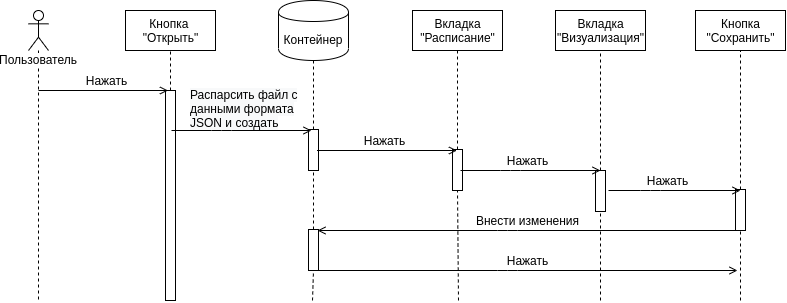
valeriefuerte/ScheduleMultipartiteGraph keeps this draw.io diagram as docs/sequence_diagram_1.png. Above is the earlier version. Source tidied: cells renumbered, new cells last; positions are measured from the earlier drawing's top-left corner, leaving out a move shared by most shapes. The source it was exported from:
```xml
<mxGraphModel background="#ffffff">
  <root>
    <mxCell id="0" />
    <mxCell id="1" parent="0" />
    <mxCell id="2" value="Пользователь" style="shape=umlLifeline;participant=umlActor;perimeter=lifelinePerimeter;whiteSpace=wrap;html=1;verticalAlign=top;spacingTop=36;labelBackgroundColor=#ffffff;size=40;" parent="1" vertex="1">
      <mxGeometry y="10" width="20" height="290" as="geometry" />
    </mxCell>
    <mxCell id="3" value="Кнопка &lt;br&gt;&quot;Открыть&quot;" style="html=1;" parent="1" vertex="1">
      <mxGeometry x="97" y="10" width="90" height="40" as="geometry" />
    </mxCell>
    <mxCell id="4" style="endArrow=none;dashed=1;html=1;entryX=0.5;entryY=1;entryDx=0;entryDy=0;" parent="1" edge="1" source="19" target="3">
      <mxGeometry relative="1" as="geometry" />
    </mxCell>
    <mxCell id="5" style="endArrow=none;dashed=1;html=1;entryX=0.5;entryY=1;entryDx=0;entryDy=0;" parent="1" edge="1" source="23" target="6">
      <mxGeometry relative="1" as="geometry" />
    </mxCell>
    <mxCell id="6" value="Контейнер" style="shape=cylinder;whiteSpace=wrap;html=1;boundedLbl=1;backgroundOutline=1;" parent="1" vertex="1">
      <mxGeometry x="250" width="70" height="60" as="geometry" />
    </mxCell>
    <mxCell id="7" value="Нажать" style="text;html=1;align=center;verticalAlign=middle;" parent="1" vertex="1">
      <mxGeometry x="48" y="70" width="60" height="20" as="geometry" />
    </mxCell>
    <mxCell id="8" value="Кнопка&lt;br&gt;&quot;Сохранить&quot;" style="html=1;" parent="1" vertex="1">
      <mxGeometry x="667" y="10" width="90" height="40" as="geometry" />
    </mxCell>
    <mxCell id="9" value="Вкладка&lt;br&gt;&quot;Расписание&quot;" style="html=1;" parent="1" vertex="1">
      <mxGeometry x="384" y="10" width="90" height="40" as="geometry" />
    </mxCell>
    <mxCell id="10" value="Вкладка&lt;br&gt;&quot;Визуализация&quot;" style="html=1;" parent="1" vertex="1">
      <mxGeometry x="527" y="10" width="90" height="40" as="geometry" />
    </mxCell>
    <mxCell id="11" style="endArrow=none;dashed=1;html=1;entryX=0.5;entryY=1;entryDx=0;entryDy=0;" parent="1" edge="1" source="33" target="8">
      <mxGeometry relative="1" as="geometry" />
    </mxCell>
    <mxCell id="12" style="endArrow=none;dashed=1;html=1;entryX=0.5;entryY=1;entryDx=0;entryDy=0;" parent="1" edge="1" source="25" target="9">
      <mxGeometry relative="1" as="geometry" />
    </mxCell>
    <mxCell id="13" style="endArrow=none;dashed=1;html=1;entryX=0.5;entryY=1;entryDx=0;entryDy=0;" parent="1" edge="1" source="27" target="10">
      <mxGeometry relative="1" as="geometry" />
    </mxCell>
    <mxCell id="14" value="&lt;span style=&quot;color: rgb(0 , 0 , 0) ; font-style: normal ; font-weight: 400 ; letter-spacing: normal ; text-align: center ; text-indent: 0px ; text-transform: none ; word-spacing: 0px ; font-family: &amp;#34;helvetica&amp;#34; ; font-size: 12px ; background-color: rgb(248 , 249 , 250) ; float: none ; display: inline&quot;&gt;Распарсить файл c данными&amp;nbsp;&lt;/span&gt;&lt;span style=&quot;color: rgb(0 , 0 , 0) ; font-style: normal ; font-weight: 400 ; letter-spacing: normal ; text-align: center ; text-indent: 0px ; text-transform: none ; word-spacing: 0px ; font-family: &amp;#34;helvetica&amp;#34; ; font-size: 12px ; background-color: rgb(248 , 249 , 250) ; float: none ; display: inline&quot;&gt;формата JSON и создать&lt;/span&gt;" style="text;whiteSpace=wrap;html=1;" parent="1" vertex="1">
      <mxGeometry x="160" y="81" width="120" height="40" as="geometry" />
    </mxCell>
    <mxCell id="15" value="Нажать" style="text;html=1;align=center;verticalAlign=middle;" parent="1" vertex="1">
      <mxGeometry x="325.5" y="130" width="60" height="20" as="geometry" />
    </mxCell>
    <mxCell id="16" value="Внести изменения" style="text;html=1;align=center;verticalAlign=middle;" parent="1" vertex="1">
      <mxGeometry x="439" y="210" width="120" height="20" as="geometry" />
    </mxCell>
    <mxCell id="17" value="Нажать" style="text;html=1;align=center;verticalAlign=middle;" parent="1" vertex="1">
      <mxGeometry x="469" y="150" width="60" height="20" as="geometry" />
    </mxCell>
    <mxCell id="18" value="Нажать" style="text;html=1;align=center;verticalAlign=middle;" parent="1" vertex="1">
      <mxGeometry x="609" y="170" width="60" height="20" as="geometry" />
    </mxCell>
    <mxCell id="19" style="rounded=0;whiteSpace=wrap;html=1;" parent="1" vertex="1">
      <mxGeometry x="137" y="90" width="10" height="210" as="geometry" />
    </mxCell>
    <mxCell id="20" style="endArrow=none;dashed=1;html=1;entryX=0.5;entryY=1;entryDx=0;entryDy=0;" parent="1" edge="1" target="19">
      <mxGeometry relative="1" as="geometry">
        <mxPoint x="142" y="300" as="sourcePoint" />
      </mxGeometry>
    </mxCell>
    <mxCell id="21" value="Нажать" style="text;html=1;align=center;verticalAlign=middle;" parent="1" vertex="1">
      <mxGeometry x="469" y="250" width="60" height="20" as="geometry" />
    </mxCell>
    <mxCell id="22" style="endArrow=open;html=1;endFill=0;" parent="1" edge="1">
      <mxGeometry relative="1" as="geometry">
        <mxPoint x="289" y="270" as="sourcePoint" />
        <mxPoint x="709" y="270" as="targetPoint" />
        <Array as="points">
          <mxPoint x="479" y="270" />
        </Array>
      </mxGeometry>
    </mxCell>
    <mxCell id="23" style="rounded=0;whiteSpace=wrap;html=1;" parent="1" vertex="1">
      <mxGeometry x="280" y="129" width="10" height="41" as="geometry" />
    </mxCell>
    <mxCell id="24" style="endArrow=none;dashed=1;html=1;entryX=0.5;entryY=1;entryDx=0;entryDy=0;" parent="1" edge="1" source="36" target="23">
      <mxGeometry relative="1" as="geometry" />
    </mxCell>
    <mxCell id="25" style="rounded=0;whiteSpace=wrap;html=1;" parent="1" vertex="1">
      <mxGeometry x="424" y="149" width="10" height="41" as="geometry" />
    </mxCell>
    <mxCell id="26" style="endArrow=none;dashed=1;html=1;entryX=0.5;entryY=1;entryDx=0;entryDy=0;" parent="1" edge="1" target="25">
      <mxGeometry relative="1" as="geometry">
        <mxPoint x="430" y="300" as="sourcePoint" />
      </mxGeometry>
    </mxCell>
    <mxCell id="27" style="rounded=0;whiteSpace=wrap;html=1;" parent="1" vertex="1">
      <mxGeometry x="567" y="170" width="10" height="41" as="geometry" />
    </mxCell>
    <mxCell id="28" style="endArrow=none;dashed=1;html=1;entryX=0.5;entryY=1;entryDx=0;entryDy=0;" parent="1" edge="1" target="27">
      <mxGeometry relative="1" as="geometry">
        <mxPoint x="572" y="300" as="sourcePoint" />
      </mxGeometry>
    </mxCell>
    <mxCell id="29" style="endArrow=open;html=1;endFill=0;" parent="1" edge="1">
      <mxGeometry relative="1" as="geometry">
        <mxPoint x="143" y="130" as="sourcePoint" />
        <mxPoint x="283" y="130" as="targetPoint" />
        <Array as="points">
          <mxPoint x="193" y="130" />
        </Array>
      </mxGeometry>
    </mxCell>
    <mxCell id="30" style="endArrow=open;html=1;endFill=0;" parent="1" edge="1">
      <mxGeometry relative="1" as="geometry">
        <mxPoint x="10" y="90" as="sourcePoint" />
        <mxPoint x="139.5" y="90" as="targetPoint" />
      </mxGeometry>
    </mxCell>
    <mxCell id="31" style="endArrow=open;html=1;endFill=0;" parent="1" edge="1">
      <mxGeometry relative="1" as="geometry">
        <mxPoint x="288.5" y="150" as="sourcePoint" />
        <mxPoint x="428.5" y="150" as="targetPoint" />
        <Array as="points">
          <mxPoint x="338.5" y="150" />
        </Array>
      </mxGeometry>
    </mxCell>
    <mxCell id="32" style="endArrow=open;html=1;endFill=0;" parent="1" edge="1">
      <mxGeometry relative="1" as="geometry">
        <mxPoint x="432" y="170" as="sourcePoint" />
        <mxPoint x="572" y="170" as="targetPoint" />
        <Array as="points">
          <mxPoint x="482" y="170" />
        </Array>
      </mxGeometry>
    </mxCell>
    <mxCell id="33" style="rounded=0;whiteSpace=wrap;html=1;" parent="1" vertex="1">
      <mxGeometry x="707" y="189" width="10" height="41" as="geometry" />
    </mxCell>
    <mxCell id="34" style="endArrow=none;dashed=1;html=1;entryX=0.5;entryY=1;entryDx=0;entryDy=0;" parent="1" edge="1" target="33">
      <mxGeometry relative="1" as="geometry">
        <mxPoint x="712" y="300" as="sourcePoint" />
      </mxGeometry>
    </mxCell>
    <mxCell id="35" style="endArrow=open;html=1;endFill=0;" parent="1" edge="1">
      <mxGeometry relative="1" as="geometry">
        <mxPoint x="580" y="190" as="sourcePoint" />
        <mxPoint x="712" y="190" as="targetPoint" />
        <Array as="points">
          <mxPoint x="622" y="190" />
        </Array>
      </mxGeometry>
    </mxCell>
    <mxCell id="36" style="rounded=0;whiteSpace=wrap;html=1;" parent="1" vertex="1">
      <mxGeometry x="280" y="229" width="10" height="41" as="geometry" />
    </mxCell>
    <mxCell id="37" style="endArrow=none;dashed=1;html=1;entryX=0.5;entryY=1;entryDx=0;entryDy=0;" parent="1" edge="1" target="36">
      <mxGeometry relative="1" as="geometry">
        <mxPoint x="284" y="300" as="sourcePoint" />
      </mxGeometry>
    </mxCell>
    <mxCell id="38" style="endArrow=open;html=1;endFill=0;" parent="1" edge="1">
      <mxGeometry relative="1" as="geometry">
        <mxPoint x="709" y="230" as="sourcePoint" />
        <mxPoint x="289" y="230" as="targetPoint" />
        <Array as="points">
          <mxPoint x="479" y="230" />
        </Array>
      </mxGeometry>
    </mxCell>
  </root>
</mxGraphModel>
```
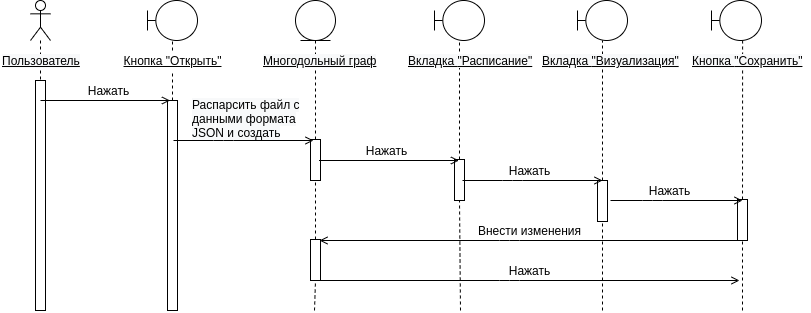
The same file after the commit.

The edit, as a diff of the source:
```diff
@@ -2,40 +2,28 @@
   <root>
     <mxCell id="0" />
     <mxCell id="1" parent="0" />
-    <mxCell id="2" value="Пользователь" style="shape=umlLifeline;participant=umlActor;perimeter=lifelinePerimeter;whiteSpace=wrap;html=1;verticalAlign=top;spacingTop=36;labelBackgroundColor=#ffffff;size=40;" parent="1" vertex="1">
-      <mxGeometry y="10" width="20" height="290" as="geometry" />
+    <mxCell id="2" value="&lt;u&gt;&lt;br&gt;&lt;br&gt;&lt;/u&gt;" style="shape=umlLifeline;participant=umlActor;perimeter=lifelinePerimeter;whiteSpace=wrap;html=1;verticalAlign=top;spacingTop=36;labelBackgroundColor=#ffffff;size=40;" parent="1" vertex="1">
+      <mxGeometry y="-10" width="20" height="310" as="geometry" />
     </mxCell>
-    <mxCell id="3" value="Кнопка &lt;br&gt;&quot;Открыть&quot;" style="html=1;" parent="1" vertex="1">
-      <mxGeometry x="97" y="10" width="90" height="40" as="geometry" />
-    </mxCell>
+    <mxCell id="39" style="rounded=0;whiteSpace=wrap;html=1;" parent="2" vertex="1">
+      <mxGeometry x="5" y="80" width="10" height="230" as="geometry" />
+    </mxCell>
-    <mxCell id="4" style="endArrow=none;dashed=1;html=1;entryX=0.5;entryY=1;entryDx=0;entryDy=0;" parent="1" edge="1" source="19" target="3">
+    <mxCell id="4" style="endArrow=none;dashed=1;html=1;" parent="1" edge="1" source="3" target="40">
       <mxGeometry relative="1" as="geometry" />
     </mxCell>
-    <mxCell id="5" style="endArrow=none;dashed=1;html=1;entryX=0.5;entryY=1;entryDx=0;entryDy=0;" parent="1" edge="1" source="23" target="6">
+    <mxCell id="5" style="endArrow=none;dashed=1;html=1;entryX=0.5;entryY=1;entryDx=0;entryDy=0;" parent="1" edge="1" source="23" target="42">
       <mxGeometry relative="1" as="geometry" />
     </mxCell>
-    <mxCell id="6" value="Контейнер" style="shape=cylinder;whiteSpace=wrap;html=1;boundedLbl=1;backgroundOutline=1;" parent="1" vertex="1">
-      <mxGeometry x="250" width="70" height="60" as="geometry" />
-    </mxCell>
     <mxCell id="7" value="Нажать" style="text;html=1;align=center;verticalAlign=middle;" parent="1" vertex="1">
       <mxGeometry x="48" y="70" width="60" height="20" as="geometry" />
     </mxCell>
-    <mxCell id="8" value="Кнопка&lt;br&gt;&quot;Сохранить&quot;" style="html=1;" parent="1" vertex="1">
-      <mxGeometry x="667" y="10" width="90" height="40" as="geometry" />
-    </mxCell>
-    <mxCell id="9" value="Вкладка&lt;br&gt;&quot;Расписание&quot;" style="html=1;" parent="1" vertex="1">
-      <mxGeometry x="384" y="10" width="90" height="40" as="geometry" />
-    </mxCell>
-    <mxCell id="10" value="Вкладка&lt;br&gt;&quot;Визуализация&quot;" style="html=1;" parent="1" vertex="1">
-      <mxGeometry x="527" y="10" width="90" height="40" as="geometry" />
-    </mxCell>
-    <mxCell id="11" style="endArrow=none;dashed=1;html=1;entryX=0.5;entryY=1;entryDx=0;entryDy=0;" parent="1" edge="1" source="33" target="8">
+    <mxCell id="11" style="endArrow=none;dashed=1;html=1;entryX=0.622;entryY=1.002;entryDx=0;entryDy=0;entryPerimeter=0;" parent="1" edge="1" source="33" target="45">
       <mxGeometry relative="1" as="geometry" />
     </mxCell>
-    <mxCell id="12" style="endArrow=none;dashed=1;html=1;entryX=0.5;entryY=1;entryDx=0;entryDy=0;" parent="1" edge="1" source="25" target="9">
+    <mxCell id="12" style="endArrow=none;dashed=1;html=1;" parent="1" edge="1" source="25" target="43">
       <mxGeometry relative="1" as="geometry" />
     </mxCell>
-    <mxCell id="13" style="endArrow=none;dashed=1;html=1;entryX=0.5;entryY=1;entryDx=0;entryDy=0;" parent="1" edge="1" source="27" target="10">
+    <mxCell id="13" style="endArrow=none;dashed=1;html=1;" parent="1" edge="1" source="27" target="44">
       <mxGeometry relative="1" as="geometry" />
     </mxCell>
     <mxCell id="14" value="&lt;span style=&quot;color: rgb(0 , 0 , 0) ; font-style: normal ; font-weight: 400 ; letter-spacing: normal ; text-align: center ; text-indent: 0px ; text-transform: none ; word-spacing: 0px ; font-family: &amp;#34;helvetica&amp;#34; ; font-size: 12px ; background-color: rgb(248 , 249 , 250) ; float: none ; display: inline&quot;&gt;Распарсить файл c данными&amp;nbsp;&lt;/span&gt;&lt;span style=&quot;color: rgb(0 , 0 , 0) ; font-style: normal ; font-weight: 400 ; letter-spacing: normal ; text-align: center ; text-indent: 0px ; text-transform: none ; word-spacing: 0px ; font-family: &amp;#34;helvetica&amp;#34; ; font-size: 12px ; background-color: rgb(248 , 249 , 250) ; float: none ; display: inline&quot;&gt;формата JSON и создать&lt;/span&gt;" style="text;whiteSpace=wrap;html=1;" parent="1" vertex="1">
@@ -162,5 +150,44 @@
         </Array>
       </mxGeometry>
     </mxCell>
+    <mxCell id="40" style="shape=umlBoundary;whiteSpace=wrap;html=1;" parent="1" vertex="1">
+      <mxGeometry x="117" y="-10" width="50" height="40" as="geometry" />
+    </mxCell>
+    <mxCell id="3" value="&lt;u&gt;Кнопка&amp;nbsp;&quot;Открыть&quot;&lt;/u&gt;" style="text;html=1;align=center;verticalAlign=middle;points=[];" parent="1" vertex="1">
+      <mxGeometry x="87" y="40" width="110" height="20" as="geometry" />
+    </mxCell>
+    <mxCell id="41" style="endArrow=none;dashed=1;html=1;" parent="1" edge="1" source="19" target="3">
+      <mxGeometry relative="1" as="geometry" />
+    </mxCell>
+    <mxCell id="42" style="ellipse;shape=umlEntity;whiteSpace=wrap;html=1;" parent="1" vertex="1">
+      <mxGeometry x="265" y="-10" width="40" height="40" as="geometry" />
+    </mxCell>
+    <mxCell id="9" value="&lt;u&gt;&lt;span style=&quot;color: rgb(0 , 0 , 0) ; font-family: &amp;#34;helvetica&amp;#34; ; font-size: 12px ; font-style: normal ; font-weight: 400 ; letter-spacing: normal ; text-align: center ; text-indent: 0px ; text-transform: none ; word-spacing: 0px ; background-color: rgb(248 , 249 , 250) ; float: none ; display: inline&quot;&gt;Вкладка&amp;nbsp;&lt;/span&gt;&lt;span style=&quot;color: rgb(0 , 0 , 0) ; font-family: &amp;#34;helvetica&amp;#34; ; font-size: 12px ; font-style: normal ; font-weight: 400 ; letter-spacing: normal ; text-align: center ; text-indent: 0px ; text-transform: none ; word-spacing: 0px ; background-color: rgb(248 , 249 , 250) ; float: none ; display: inline&quot;&gt;&quot;Расписание&quot;&lt;/span&gt;&lt;/u&gt;" style="text;whiteSpace=wrap;html=1;" parent="1" vertex="1">
+      <mxGeometry x="376" y="37" width="141" height="20" as="geometry" />
+    </mxCell>
+    <mxCell id="10" value="&lt;u&gt;&lt;span style=&quot;color: rgb(0 , 0 , 0) ; font-family: &amp;#34;helvetica&amp;#34; ; font-size: 12px ; font-style: normal ; font-weight: 400 ; letter-spacing: normal ; text-align: center ; text-indent: 0px ; text-transform: none ; word-spacing: 0px ; background-color: rgb(248 , 249 , 250) ; float: none ; display: inline&quot;&gt;Вкладка&amp;nbsp;&lt;/span&gt;&lt;span style=&quot;color: rgb(0 , 0 , 0) ; font-family: &amp;#34;helvetica&amp;#34; ; font-size: 12px ; font-style: normal ; font-weight: 400 ; letter-spacing: normal ; text-align: center ; text-indent: 0px ; text-transform: none ; word-spacing: 0px ; background-color: rgb(248 , 249 , 250) ; float: none ; display: inline&quot;&gt;&quot;Визуализация&quot;&lt;/span&gt;&lt;/u&gt;" style="text;whiteSpace=wrap;html=1;" parent="1" vertex="1">
+      <mxGeometry x="510" y="37" width="143" height="30" as="geometry" />
+    </mxCell>
+    <mxCell id="8" value="&lt;u&gt;&lt;span style=&quot;color: rgb(0 , 0 , 0) ; font-family: &amp;#34;helvetica&amp;#34; ; font-size: 12px ; font-style: normal ; font-weight: 400 ; letter-spacing: normal ; text-align: center ; text-indent: 0px ; text-transform: none ; word-spacing: 0px ; background-color: rgb(248 , 249 , 250) ; float: none ; display: inline&quot;&gt;Кнопка&amp;nbsp;&lt;/span&gt;&lt;span style=&quot;color: rgb(0 , 0 , 0) ; font-family: &amp;#34;helvetica&amp;#34; ; font-size: 12px ; font-style: normal ; font-weight: 400 ; letter-spacing: normal ; text-align: center ; text-indent: 0px ; text-transform: none ; word-spacing: 0px ; background-color: rgb(248 , 249 , 250) ; float: none ; display: inline&quot;&gt;&quot;Сохранить&quot;&lt;/span&gt;&lt;/u&gt;" style="text;whiteSpace=wrap;html=1;" parent="1" vertex="1">
+      <mxGeometry x="660" y="37" width="120" height="30" as="geometry" />
+    </mxCell>
+    <mxCell id="43" style="shape=umlBoundary;whiteSpace=wrap;html=1;" parent="1" vertex="1">
+      <mxGeometry x="404" y="-10" width="50" height="40" as="geometry" />
+    </mxCell>
+    <mxCell id="44" style="shape=umlBoundary;whiteSpace=wrap;html=1;" parent="1" vertex="1">
+      <mxGeometry x="547" y="-10" width="50" height="40" as="geometry" />
+    </mxCell>
+    <mxCell id="45" style="shape=umlBoundary;whiteSpace=wrap;html=1;" parent="1" vertex="1">
+      <mxGeometry x="681" y="-10" width="50" height="40" as="geometry" />
+    </mxCell>
+    <mxCell id="46" value="&lt;div style=&quot;text-align: center&quot;&gt;&lt;br&gt;&lt;/div&gt;" style="text;whiteSpace=wrap;html=1;" parent="1" vertex="1">
+      <mxGeometry x="231" y="37" width="124.5" height="30" as="geometry" />
+    </mxCell>
+    <mxCell id="47" value="&lt;meta http-equiv=&quot;content-type&quot; content=&quot;text/html; charset=utf-8&quot;&gt;&lt;u style=&quot;color: rgb(0, 0, 0); font-size: 12px; font-style: normal; font-variant-ligatures: normal; font-variant-caps: normal; font-weight: 400; letter-spacing: normal; orphans: 2; text-indent: 0px; text-transform: none; widows: 2; word-spacing: 0px; -webkit-text-stroke-width: 0px; background-color: rgb(248, 249, 250); font-family: helvetica; text-align: center;&quot;&gt;Пользователь&lt;/u&gt;" style="text;whiteSpace=wrap;html=1;" parent="1" vertex="1">
+      <mxGeometry x="-30" y="37" width="100" height="30" as="geometry" />
+    </mxCell>
+    <mxCell id="48" value="&lt;meta http-equiv=&quot;content-type&quot; content=&quot;text/html; charset=utf-8&quot;&gt;&lt;u style=&quot;color: rgb(0, 0, 0); font-family: helvetica; font-size: 12px; font-style: normal; font-variant-ligatures: normal; font-variant-caps: normal; font-weight: 400; letter-spacing: normal; orphans: 2; text-align: center; text-indent: 0px; text-transform: none; widows: 2; word-spacing: 0px; -webkit-text-stroke-width: 0px; background-color: rgb(248, 249, 250);&quot;&gt;Многодольный граф&lt;/u&gt;" style="text;whiteSpace=wrap;html=1;" parent="1" vertex="1">
+      <mxGeometry x="231" y="37" width="140" height="30" as="geometry" />
+    </mxCell>
   </root>
 </mxGraphModel>
```
